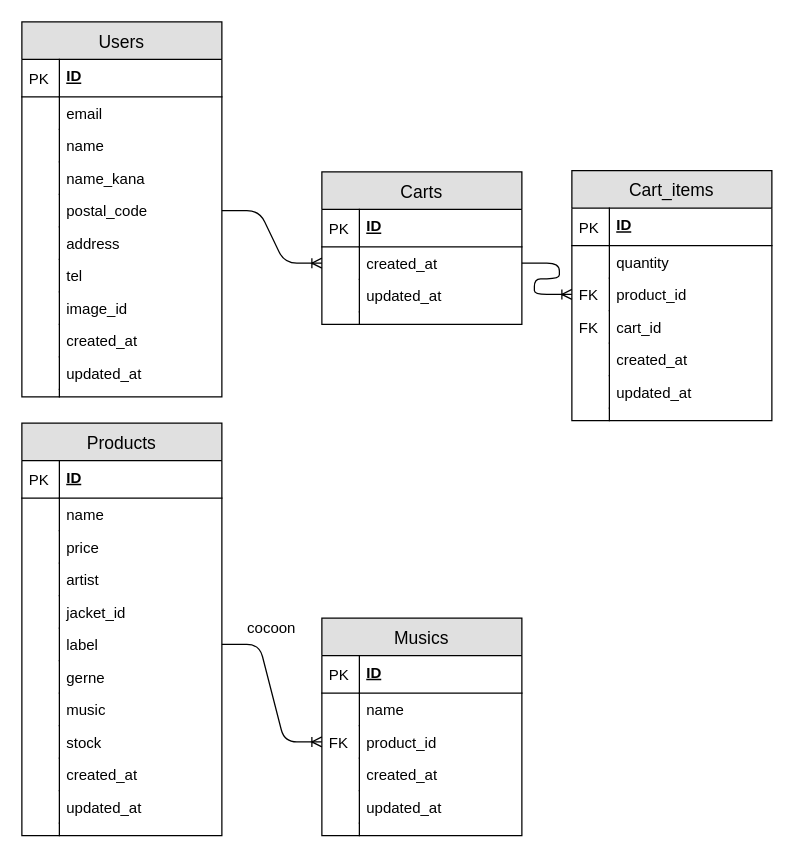
This is Design/ER図.drawio from saezurucrow/ec-site, a draw.io file, before an edit. Source tidied: cells renumbered, new cells numbered last; positions are measured from the earlier drawing's top-left corner, leaving out a move shared by most shapes. Both pictures are drawn from the tidied source at 125%, with x=0, y=0 at pixel (21, 21).
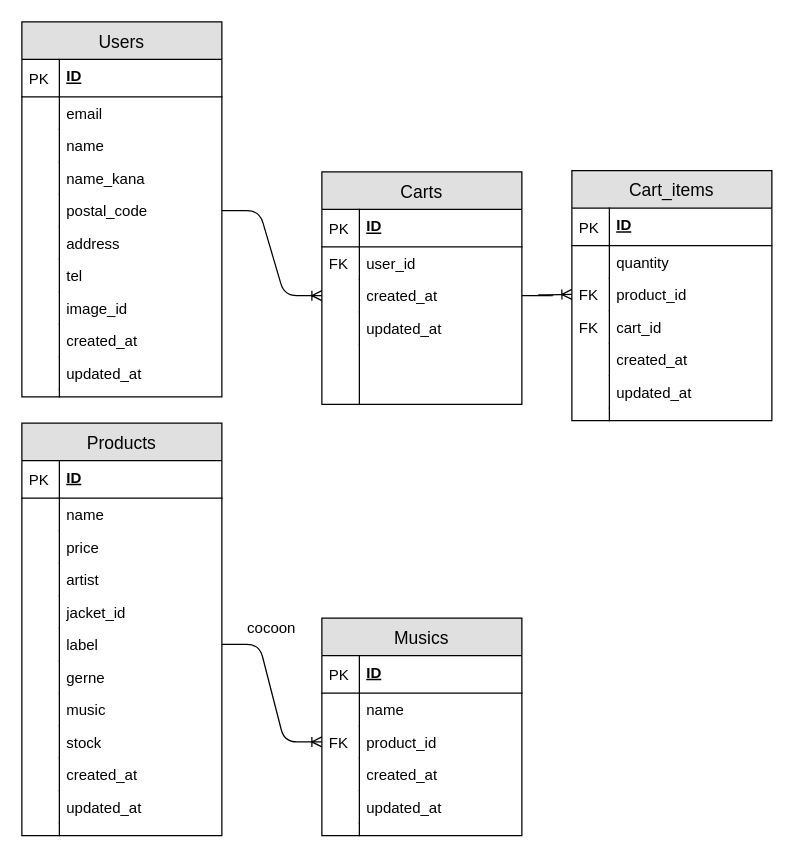
Above is the later version.

The edit, as a diff of the source:
```diff
@@
     <mxCell id="63" value="Carts" style="swimlane;fontStyle=0;horizontal=1;startSize=30;fillColor=#e0e0e0;swimlaneFillColor=#ffffff;align=center;fontSize=14;" parent="1" vertex="1">
-      <mxGeometry x="240" y="120" width="160" height="122" as="geometry" />
+      <mxGeometry x="240" y="120" width="160" height="186" as="geometry" />
     </mxCell>
@@
+    <mxCell id="91" value="user_id" style="shape=partialRectangle;top=0;left=0;right=0;bottom=0;align=left;verticalAlign=top;fillColor=none;spacingLeft=34;spacingRight=4;overflow=hidden;fontSize=12;" parent="63" vertex="1">
+      <mxGeometry y="60" width="160" height="26" as="geometry" />
+    </mxCell>
+    <mxCell id="92" value="FK&#10;&#10;" style="shape=partialRectangle;top=0;left=0;bottom=0;fillColor=none;align=left;verticalAlign=top;spacingLeft=4;spacingRight=4;overflow=hidden;fontSize=12;" parent="91" vertex="1">
+      <mxGeometry width="30" height="26" as="geometry" />
+    </mxCell>
     <mxCell id="66" value="created_at" style="shape=partialRectangle;top=0;left=0;right=0;bottom=0;align=left;verticalAlign=top;fillColor=none;spacingLeft=34;spacingRight=4;overflow=hidden;points=[[0,0.5],[1,0.5]];portConstraint=eastwest;fontSize=12;" parent="63" vertex="1">
-      <mxGeometry y="60" width="160" height="26" as="geometry" />
+      <mxGeometry y="86" width="160" height="26" as="geometry" />
     </mxCell>
@@
     <mxCell id="68" value="updated_at" style="shape=partialRectangle;top=0;left=0;right=0;bottom=0;align=left;verticalAlign=top;fillColor=none;spacingLeft=34;spacingRight=4;overflow=hidden;fontSize=12;" parent="63" vertex="1">
-      <mxGeometry y="86" width="160" height="26" as="geometry" />
+      <mxGeometry y="112" width="160" height="26" as="geometry" />
     </mxCell>
@@
     <mxCell id="70" style="shape=partialRectangle;top=0;left=0;right=0;bottom=0;align=left;verticalAlign=top;fillColor=none;spacingLeft=34;spacingRight=4;overflow=hidden;fontSize=12;" parent="63" vertex="1">
-      <mxGeometry y="112" width="160" height="10" as="geometry" />
+      <mxGeometry y="138" width="160" height="48" as="geometry" />
     </mxCell>
     <mxCell id="71" style="shape=partialRectangle;top=0;left=0;bottom=0;fillColor=none;align=left;verticalAlign=top;spacingLeft=4;spacingRight=4;overflow=hidden;fontSize=12;" parent="70" vertex="1">
-      <mxGeometry width="30" height="10" as="geometry" />
+      <mxGeometry width="30" height="48" as="geometry" />
     </mxCell>
```
